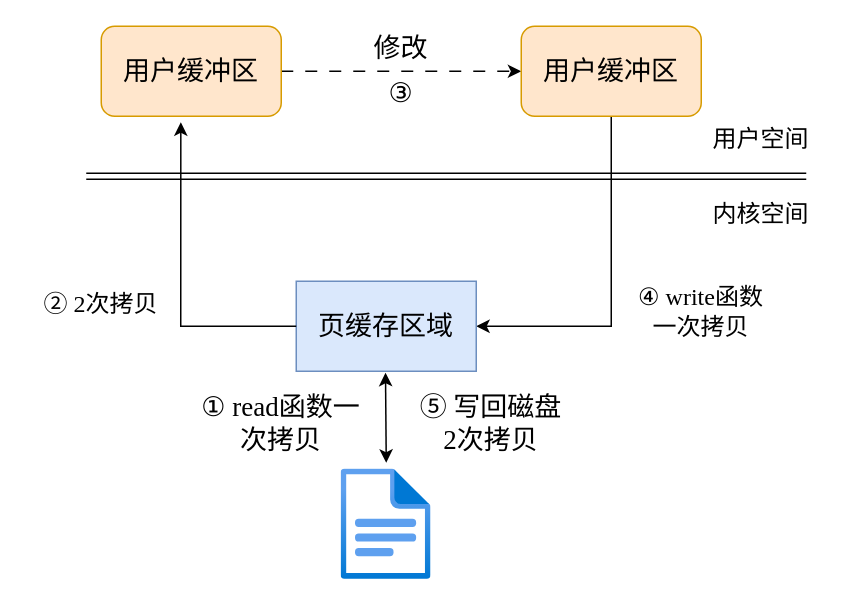
Above: page "传统I/O操作" (1 of 3) of LMDB.drawio in chuchugao2/graph (draw.io), before the change. Source tidied: cells renumbered, new cells numbered last; positions are measured from the earlier drawing's top-left corner, leaving out a move shared by most shapes. Both pictures are drawn from the tidied source at 150%, with x=0, y=0 at pixel (26, 26).
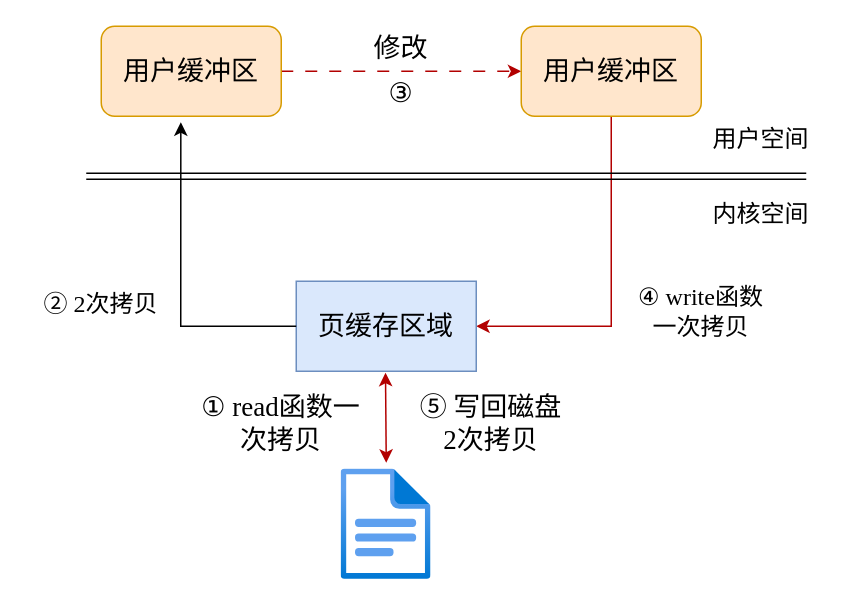
After the change.

Unchanged cells that the change refers to:
```xml
<mxCell id="3" value="用户缓冲区" style="rounded=1;whiteSpace=wrap;html=1;fontFamily=Times New Roman;fontSize=18;fillColor=#ffe6cc;strokeColor=#d79b00;" parent="1" vertex="1">
  <mxGeometry x="50" width="120" height="60" as="geometry" />
</mxCell>
<mxCell id="5" value="用户缓冲区" style="rounded=1;whiteSpace=wrap;html=1;fontFamily=Times New Roman;fontSize=18;fillColor=#ffe6cc;strokeColor=#d79b00;" parent="1" vertex="1">
  <mxGeometry x="330" width="120" height="60" as="geometry" />
</mxCell>
<mxCell id="10" value="页缓存区域" style="rounded=0;whiteSpace=wrap;html=1;fillColor=#dae8fc;strokeColor=#6c8ebf;fontFamily=Times New Roman;fontSize=18;" parent="1" vertex="1">
  <mxGeometry x="180" y="170" width="120" height="60" as="geometry" />
</mxCell>
```

Diff of the diagram source:
```diff
@@
-    <mxCell id="2" style="edgeStyle=orthogonalEdgeStyle;rounded=0;jettySize=auto;html=1;exitX=1;exitY=0.5;exitDx=0;exitDy=0;dashed=1;dashPattern=8 8;fontFamily=Times New Roman;fontSize=18;entryX=0;entryY=0.5;entryDx=0;entryDy=0;" parent="1" edge="1" source="3" target="5">
+    <mxCell id="2" style="edgeStyle=orthogonalEdgeStyle;rounded=0;jettySize=auto;html=1;exitX=1;exitY=0.5;exitDx=0;exitDy=0;dashed=1;dashPattern=8 8;fontFamily=Times New Roman;fontSize=18;entryX=0;entryY=0.5;entryDx=0;entryDy=0;fillColor=#e51400;strokeColor=#B20000;" parent="1" edge="1" source="3" target="5">
       <mxGeometry relative="1" as="geometry" />
     </mxCell>
@@
-    <mxCell id="4" style="edgeStyle=orthogonalEdgeStyle;rounded=0;jettySize=auto;html=1;exitX=0.5;exitY=1;exitDx=0;exitDy=0;entryX=1;entryY=0.5;entryDx=0;entryDy=0;fontFamily=Times New Roman;fontSize=18;" parent="1" edge="1" source="5" target="10">
+    <mxCell id="4" style="edgeStyle=orthogonalEdgeStyle;rounded=0;jettySize=auto;html=1;exitX=0.5;exitY=1;exitDx=0;exitDy=0;entryX=1;entryY=0.5;entryDx=0;entryDy=0;fontFamily=Times New Roman;fontSize=18;fillColor=#e51400;strokeColor=#B20000;" parent="1" edge="1" source="5" target="10">
       <mxGeometry relative="1" as="geometry" />
     </mxCell>
@@
-    <mxCell id="12" style="endArrow=classic;startArrow=classic;html=1;rounded=0;fontFamily=Times New Roman;fontSize=18;" parent="1" edge="1">
+    <mxCell id="12" style="endArrow=classic;startArrow=classic;html=1;rounded=0;fontFamily=Times New Roman;fontSize=18;fillColor=#e51400;strokeColor=#B20000;" parent="1" edge="1">
       <mxGeometry relative="1" as="geometry">
         <mxPoint x="240" y="291" as="sourcePoint" />
         <mxPoint x="239.5" y="231" as="targetPoint" />
       </mxGeometry>
     </mxCell>
```
